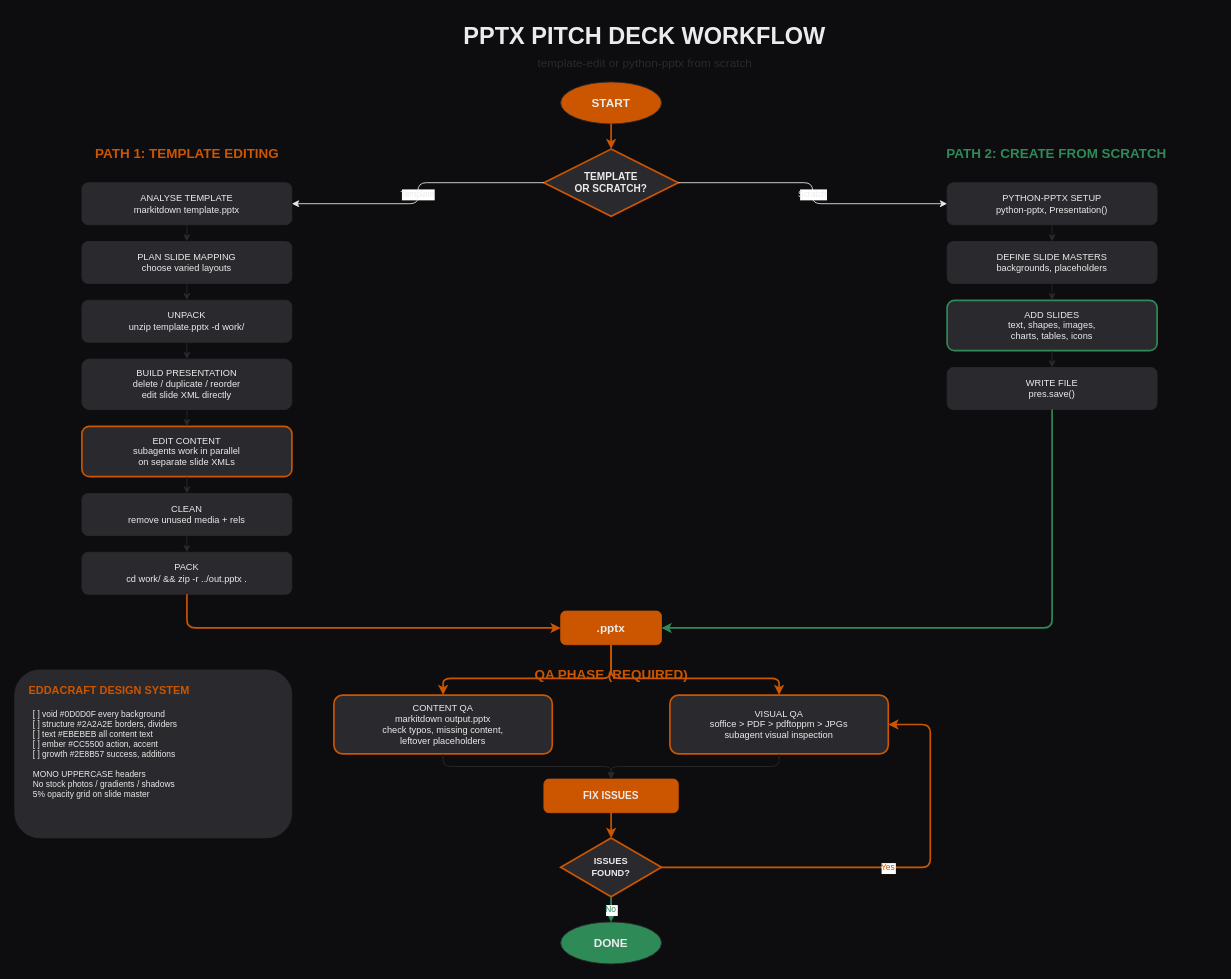
Before: pptx-workflow.drawio in eddacraft/eddacraft-tui, a draw.io diagram. Source tidied: cells renumbered, new cells numbered last; positions are measured from the earlier drawing's top-left corner, leaving out a move shared by most shapes. Both pictures are drawn from the tidied source at 84%, with x=0, y=0 at pixel (14, 14).
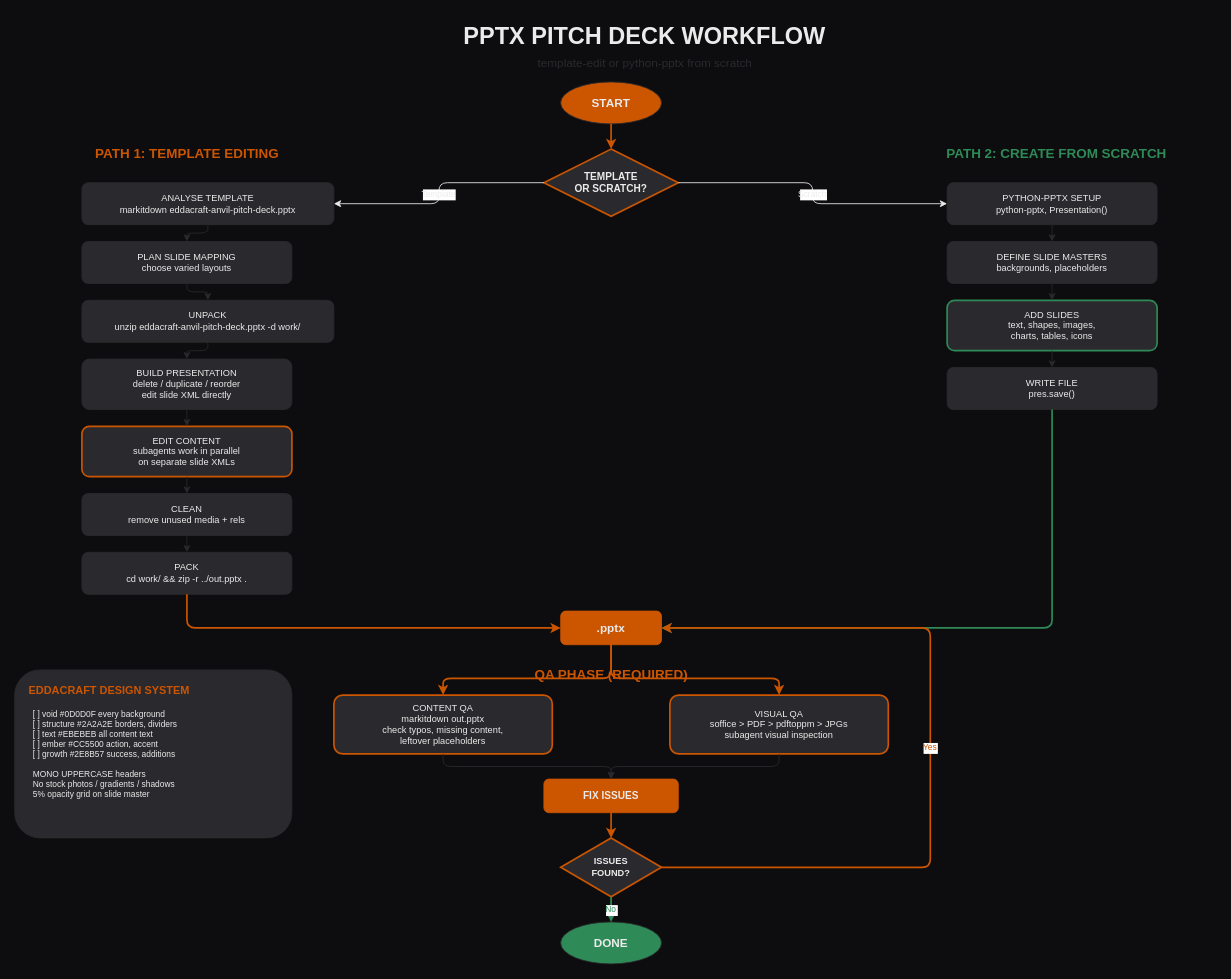
The same diagram, later.

Commit message:
fix(docs): address review feedback on pptx workflow diagram

- Reference actual deck file (eddacraft-anvil-pitch-deck.pptx) instead
  of non-existent template.pptx in PATH 1
- Align QA command filename (out.pptx) with template pack output
- Fix retry loop to re-run both content and visual QA after fixes
  by targeting convergence node instead of only visual QA

Addresses review feedback from codex-connector on PR #611

Authored-By: Aneki (joshuaboys)

Unchanged cells that the change refers to:
```xml
<mxCell id="31" value=".pptx" style="rounded=1;whiteSpace=wrap;fillColor=#CC5500;strokeColor=#CC5500;fontColor=#EBEBEB;fontStyle=1;fontSize=14;fontFamily=JetBrains Mono;" parent="1" vertex="1">
  <mxGeometry x="650" y="710" width="120" height="40" as="geometry" />
</mxCell>
<mxCell id="36" value="VISUAL QA&#10;soffice &gt; PDF &gt; pdftoppm &gt; JPGs&#10;subagent visual inspection" style="rounded=1;whiteSpace=wrap;fillColor=#2A2A2E;strokeColor=#CC5500;strokeWidth=2;fontColor=#EBEBEB;fontSize=11;fontFamily=JetBrains Mono;spacingTop=4;spacingBottom=4;" parent="1" vertex="1">
  <mxGeometry x="780" y="810" width="260" height="70" as="geometry" />
</mxCell>
<mxCell id="42" value="ISSUES&#10;FOUND?" style="rhombus;whiteSpace=wrap;fillColor=#2A2A2E;strokeColor=#CC5500;strokeWidth=2;fontColor=#EBEBEB;fontStyle=1;fontSize=11;fontFamily=JetBrains Mono;" parent="1" vertex="1">
  <mxGeometry x="650" y="980" width="120" height="70" as="geometry" />
</mxCell>
```

Change to the diagram source:
```diff
@@
-    <mxCell id="8" value="ANALYSE TEMPLATE&#10;markitdown template.pptx" style="rounded=1;whiteSpace=wrap;fillColor=#2A2A2E;strokeColor=#2A2A2E;fontColor=#EBEBEB;fontSize=11;fontFamily=JetBrains Mono;spacingTop=4;spacingBottom=4;" parent="1" vertex="1">
-      <mxGeometry x="80" y="200" width="250" height="50" as="geometry" />
+    <mxCell id="8" value="ANALYSE TEMPLATE&#10;markitdown eddacraft-anvil-pitch-deck.pptx" style="rounded=1;whiteSpace=wrap;fillColor=#2A2A2E;strokeColor=#2A2A2E;fontColor=#EBEBEB;fontSize=11;fontFamily=JetBrains Mono;spacingTop=4;spacingBottom=4;" parent="1" vertex="1">
+      <mxGeometry x="80" y="200" width="300" height="50" as="geometry" />
     </mxCell>
@@
-    <mxCell id="10" value="UNPACK&#10;unzip template.pptx -d work/" style="rounded=1;whiteSpace=wrap;fillColor=#2A2A2E;strokeColor=#2A2A2E;fontColor=#EBEBEB;fontSize=11;fontFamily=JetBrains Mono;spacingTop=4;spacingBottom=4;" parent="1" vertex="1">
-      <mxGeometry x="80" y="340" width="250" height="50" as="geometry" />
+    <mxCell id="10" value="UNPACK&#10;unzip eddacraft-anvil-pitch-deck.pptx -d work/" style="rounded=1;whiteSpace=wrap;fillColor=#2A2A2E;strokeColor=#2A2A2E;fontColor=#EBEBEB;fontSize=11;fontFamily=JetBrains Mono;spacingTop=4;spacingBottom=4;" parent="1" vertex="1">
+      <mxGeometry x="80" y="340" width="300" height="50" as="geometry" />
     </mxCell>
@@
-    <mxCell id="35" value="CONTENT QA&#10;markitdown output.pptx&#10;check typos, missing content,&#10;leftover placeholders" style="rounded=1;whiteSpace=wrap;fillColor=#2A2A2E;strokeColor=#CC5500;strokeWidth=2;fontColor=#EBEBEB;fontSize=11;fontFamily=JetBrains Mono;spacingTop=4;spacingBottom=4;" parent="1" vertex="1">
+    <mxCell id="35" value="CONTENT QA&#10;markitdown out.pptx&#10;check typos, missing content,&#10;leftover placeholders" style="rounded=1;whiteSpace=wrap;fillColor=#2A2A2E;strokeColor=#CC5500;strokeWidth=2;fontColor=#EBEBEB;fontSize=11;fontFamily=JetBrains Mono;spacingTop=4;spacingBottom=4;" parent="1" vertex="1">
       <mxGeometry x="380" y="810" width="260" height="70" as="geometry" />
     </mxCell>
@@
-    <mxCell id="44" value="Yes" style="edgeStyle=orthogonalEdgeStyle;strokeColor=#CC5500;strokeWidth=2;fontColor=#CC5500;fontFamily=JetBrains Mono;fontSize=10;exitX=1;exitY=0.5;entryX=1;entryY=0.5;" parent="1" edge="1" source="42" target="36">
+    <mxCell id="44" value="Yes" style="edgeStyle=orthogonalEdgeStyle;strokeColor=#CC5500;strokeWidth=2;fontColor=#CC5500;fontFamily=JetBrains Mono;fontSize=10;exitX=1;exitY=0.5;entryX=1;entryY=0.5;" parent="1" edge="1" source="42" target="31">
       <mxGeometry relative="1" as="geometry">
         <Array as="points">
           <mxPoint x="1090" y="1015" />
-          <mxPoint x="1090" y="845" />
+          <mxPoint x="1090" y="730" />
         </Array>
       </mxGeometry>
     </mxCell>
```
